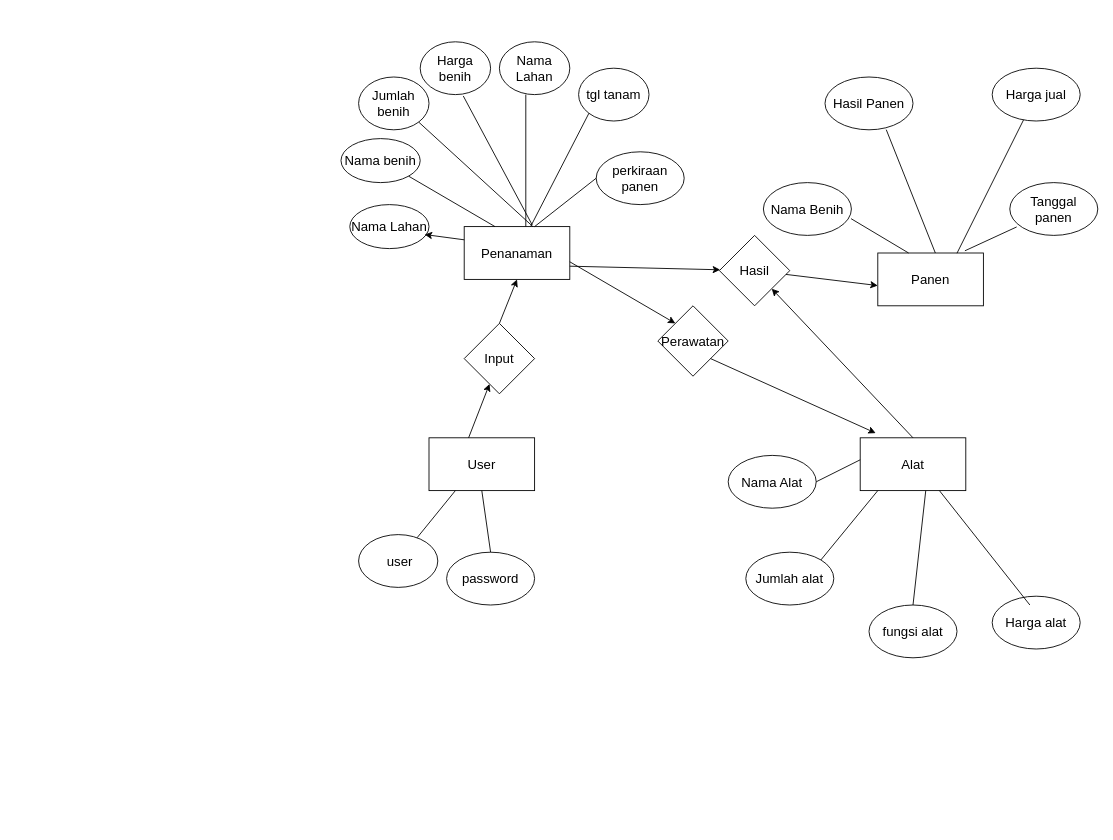
Earlier version of the draw.io diagram pertemuan 2/pertemuan 2.drawio (ramabhagadhara/IF214002). Source tidied: cells renumbered, new cells numbered last; positions are measured from the earlier drawing's top-left corner, leaving out a move shared by most shapes. Both pictures are drawn from the tidied source at 88%, with x=0, y=0 at pixel (341, 41).
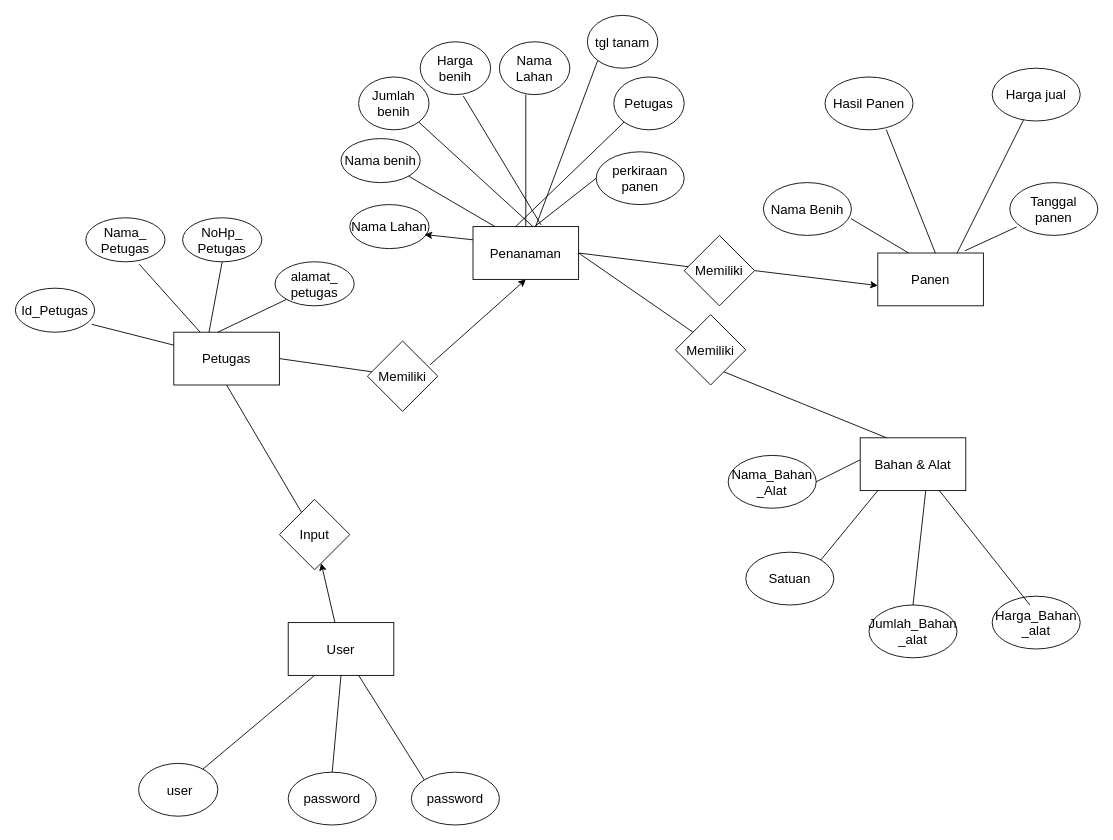
Above is the later version.

The change refers to these unchanged cells:
```xml
<mxCell id="4" value="Panen" style="rounded=0;whiteSpace=wrap;html=1;fontSize=15;" parent="1" vertex="1">
  <mxGeometry x="610" y="240" width="120" height="60" as="geometry" />
</mxCell>
```

What changed in the source:
```diff
@@
-    <mxCell id="2" value="Alat" style="rounded=0;whiteSpace=wrap;html=1;fontSize=15;" parent="1" vertex="1">
+    <mxCell id="2" value="Bahan &amp;amp; Alat" style="rounded=0;whiteSpace=wrap;html=1;fontSize=15;" parent="1" vertex="1">
       <mxGeometry x="590" y="450" width="120" height="60" as="geometry" />
     </mxCell>
     <mxCell id="3" value="Penanaman" style="rounded=0;whiteSpace=wrap;html=1;fontSize=15;" parent="1" vertex="1">
-      <mxGeometry x="140" y="210" width="120" height="60" as="geometry" />
+      <mxGeometry x="150" y="210" width="120" height="60" as="geometry" />
     </mxCell>
@@
     <mxCell id="5" value="tgl tanam" style="ellipse;whiteSpace=wrap;html=1;fontSize=15;" parent="1" vertex="1">
-      <mxGeometry x="270" y="30" width="80" height="60" as="geometry" />
+      <mxGeometry x="280" y="-30" width="80" height="60" as="geometry" />
     </mxCell>
@@
     <mxCell id="15" value="User" style="rounded=0;whiteSpace=wrap;html=1;fontSize=15;" parent="1" vertex="1">
-      <mxGeometry x="100" y="450" width="120" height="60" as="geometry" />
+      <mxGeometry x="-60" y="660" width="120" height="60" as="geometry" />
     </mxCell>
@@
-    <mxCell id="20" value="fungsi alat" style="ellipse;whiteSpace=wrap;html=1;fontSize=15;" parent="1" vertex="1">
+    <mxCell id="20" value="Jumlah_Bahan&lt;br&gt;_alat" style="ellipse;whiteSpace=wrap;html=1;fontSize=15;" parent="1" vertex="1">
       <mxGeometry x="600" y="640" width="100" height="60" as="geometry" />
     </mxCell>
-    <mxCell id="21" value="Nama Alat" style="ellipse;whiteSpace=wrap;html=1;fontSize=15;" parent="1" vertex="1">
+    <mxCell id="21" value="Nama_Bahan&lt;br&gt;_Alat" style="ellipse;whiteSpace=wrap;html=1;fontSize=15;" parent="1" vertex="1">
       <mxGeometry x="440" y="470" width="100" height="60" as="geometry" />
     </mxCell>
-    <mxCell id="22" value="Harga alat" style="ellipse;whiteSpace=wrap;html=1;fontSize=15;" parent="1" vertex="1">
+    <mxCell id="22" value="Harga_Bahan&lt;br&gt;_alat" style="ellipse;whiteSpace=wrap;html=1;fontSize=15;" parent="1" vertex="1">
       <mxGeometry x="740" y="630" width="100" height="60" as="geometry" />
     </mxCell>
-    <mxCell id="23" value="Jumlah alat" style="ellipse;whiteSpace=wrap;html=1;fontSize=15;" parent="1" vertex="1">
+    <mxCell id="23" value="Satuan" style="ellipse;whiteSpace=wrap;html=1;fontSize=15;" parent="1" vertex="1">
       <mxGeometry x="460" y="580" width="100" height="60" as="geometry" />
     </mxCell>
@@
     <mxCell id="32" value="&amp;nbsp;user" style="ellipse;whiteSpace=wrap;html=1;fontSize=15;" parent="1" vertex="1">
-      <mxGeometry x="20" y="560" width="90" height="60" as="geometry" />
+      <mxGeometry x="-230" y="820" width="90" height="60" as="geometry" />
     </mxCell>
     <mxCell id="33" value="password" style="ellipse;whiteSpace=wrap;html=1;fontSize=15;" parent="1" vertex="1">
-      <mxGeometry x="120" y="580" width="100" height="60" as="geometry" />
+      <mxGeometry x="-60" y="830" width="100" height="60" as="geometry" />
     </mxCell>
@@
-    <mxCell id="35" style="endArrow=none;html=1;rounded=0;fontSize=15;exitX=0.5;exitY=1;exitDx=0;exitDy=0;" parent="1" edge="1" source="15">
-      <mxGeometry relative="1" as="geometry">
-        <mxPoint x="170" y="580" as="targetPoint" />
-      </mxGeometry>
+    <mxCell id="35" style="endArrow=none;html=1;rounded=0;fontSize=15;exitX=0.5;exitY=1;exitDx=0;exitDy=0;entryX=0.5;entryY=0;entryDx=0;entryDy=0;" parent="1" edge="1" source="15" target="33">
+      <mxGeometry relative="1" as="geometry" />
     </mxCell>
-    <mxCell id="36" style="endArrow=classic;html=1;rounded=0;fontSize=15;" parent="1" edge="1" target="39">
-      <mxGeometry relative="1" as="geometry">
-        <mxPoint x="145" y="450" as="sourcePoint" />
-      </mxGeometry>
+    <mxCell id="36" style="endArrow=classic;html=1;rounded=0;fontSize=15;" parent="1" edge="1" source="15" target="39">
+      <mxGeometry relative="1" as="geometry" />
     </mxCell>
-    <mxCell id="37" style="endArrow=classic;html=1;rounded=0;fontSize=15;" parent="1" edge="1">
-      <mxGeometry relative="1" as="geometry">
-        <mxPoint x="260" y="250" as="sourcePoint" />
-        <mxPoint x="380" y="320" as="targetPoint" />
-      </mxGeometry>
-    </mxCell>
-    <mxCell id="38" style="endArrow=classic;html=1;rounded=0;fontSize=15;exitX=0.5;exitY=0;exitDx=0;exitDy=0;" parent="1" edge="1" source="2" target="43">
-      <mxGeometry relative="1" as="geometry" />
-    </mxCell>
-    <mxCell id="39" value="Input" style="rhombus;whiteSpace=wrap;html=1;fontSize=15;" parent="1" vertex="1">
-      <mxGeometry x="140" y="320" width="80" height="80" as="geometry" />
+    <mxCell id="39" value="Input" style="rhombus;whiteSpace=wrap;html=1;fontSize=15;direction=south;" parent="1" vertex="1">
+      <mxGeometry x="-70" y="520" width="80" height="80" as="geometry" />
     </mxCell>
-    <mxCell id="40" style="endArrow=classic;html=1;rounded=0;fontSize=15;entryX=0.5;entryY=1;entryDx=0;entryDy=0;exitX=0.5;exitY=0;exitDx=0;exitDy=0;" parent="1" edge="1" source="39" target="3">
+    <mxCell id="40" style="endArrow=classic;html=1;rounded=0;fontSize=15;entryX=0.5;entryY=1;entryDx=0;entryDy=0;exitX=0.336;exitY=0.108;exitDx=0;exitDy=0;exitPerimeter=0;" parent="1" edge="1" source="69" target="3">
       <mxGeometry relative="1" as="geometry" />
     </mxCell>
-    <mxCell id="41" value="Perawatan" style="rhombus;whiteSpace=wrap;html=1;fontSize=15;" parent="1" vertex="1">
-      <mxGeometry x="360" y="300" width="80" height="80" as="geometry" />
-    </mxCell>
-    <mxCell id="42" style="endArrow=classic;html=1;rounded=0;fontSize=15;entryX=0.147;entryY=-0.089;entryDx=0;entryDy=0;entryPerimeter=0;exitX=1;exitY=1;exitDx=0;exitDy=0;" parent="1" edge="1" source="41" target="2">
-      <mxGeometry relative="1" as="geometry" />
-    </mxCell>
-    <mxCell id="43" value="Hasil" style="rhombus;whiteSpace=wrap;html=1;fontSize=15;" parent="1" vertex="1">
-      <mxGeometry x="430" y="220" width="80" height="80" as="geometry" />
-    </mxCell>
-    <mxCell id="44" style="endArrow=classic;html=1;rounded=0;fontSize=15;entryX=0;entryY=0.617;entryDx=0;entryDy=0;entryPerimeter=0;" parent="1" edge="1" source="43" target="4">
+    <mxCell id="44" style="endArrow=classic;html=1;rounded=0;fontSize=15;entryX=0;entryY=0.617;entryDx=0;entryDy=0;entryPerimeter=0;exitX=1;exitY=0.5;exitDx=0;exitDy=0;" parent="1" edge="1" source="54" target="4">
       <mxGeometry relative="1" as="geometry" />
     </mxCell>
@@
-    <mxCell id="49" style="endArrow=classic;html=1;rounded=0;exitX=1;exitY=0.75;exitDx=0;exitDy=0;" parent="1" edge="1" source="3" target="43">
-      <mxGeometry relative="1" as="geometry" />
-    </mxCell>
+    <mxCell id="50" value="password" style="ellipse;whiteSpace=wrap;html=1;fontSize=15;" parent="1" vertex="1">
+      <mxGeometry x="80" y="830" width="100" height="60" as="geometry" />
+    </mxCell>
+    <mxCell id="51" style="endArrow=none;html=1;rounded=0;fontSize=15;exitX=0.667;exitY=0.998;exitDx=0;exitDy=0;entryX=0;entryY=0;entryDx=0;entryDy=0;exitPerimeter=0;" parent="1" edge="1" source="15" target="50">
+      <mxGeometry relative="1" as="geometry" />
+    </mxCell>
+    <mxCell id="52" value="&lt;font style=&quot;font-size: 15px&quot;&gt;Memiliki&lt;/font&gt;" style="rhombus;whiteSpace=wrap;html=1;" parent="1" vertex="1">
+      <mxGeometry x="380" y="310" width="80" height="80" as="geometry" />
+    </mxCell>
+    <mxCell id="53" style="endArrow=none;html=1;rounded=0;fontSize=15;entryX=1;entryY=0.5;entryDx=0;entryDy=0;exitX=0;exitY=0;exitDx=0;exitDy=0;" parent="1" edge="1" source="52" target="3">
+      <mxGeometry relative="1" as="geometry" />
+    </mxCell>
+    <mxCell id="54" value="&lt;font style=&quot;font-size: 15px&quot;&gt;Memiliki&lt;/font&gt;" style="rhombus;whiteSpace=wrap;html=1;" parent="1" vertex="1">
+      <mxGeometry x="390" y="220" width="80" height="80" as="geometry" />
+    </mxCell>
+    <mxCell id="55" value="Petugas" style="ellipse;whiteSpace=wrap;html=1;fontSize=15;" parent="1" vertex="1">
+      <mxGeometry x="310" y="40" width="80" height="60" as="geometry" />
+    </mxCell>
+    <mxCell id="56" style="endArrow=none;html=1;rounded=0;fontSize=15;entryX=0;entryY=1;entryDx=0;entryDy=0;exitX=0.405;exitY=-0.002;exitDx=0;exitDy=0;exitPerimeter=0;" parent="1" edge="1" source="3" target="55">
+      <mxGeometry relative="1" as="geometry" />
+    </mxCell>
+    <mxCell id="57" style="endArrow=none;html=1;rounded=0;fontSize=15;exitX=1;exitY=0.5;exitDx=0;exitDy=0;" parent="1" edge="1" source="3" target="54">
+      <mxGeometry relative="1" as="geometry" />
+    </mxCell>
+    <mxCell id="58" style="endArrow=none;html=1;rounded=0;fontSize=15;entryX=0.25;entryY=0;entryDx=0;entryDy=0;" parent="1" edge="1" target="2">
+      <mxGeometry relative="1" as="geometry">
+        <mxPoint x="435" y="375" as="sourcePoint" />
+      </mxGeometry>
+    </mxCell>
+    <mxCell id="59" value="Petugas" style="rounded=0;whiteSpace=wrap;html=1;fontSize=15;" parent="1" vertex="1">
+      <mxGeometry x="-190" y="330" width="120" height="60" as="geometry" />
+    </mxCell>
+    <mxCell id="60" style="endArrow=none;html=1;rounded=0;fontSize=15;entryX=0.5;entryY=1;entryDx=0;entryDy=0;" parent="1" edge="1" source="39" target="59">
+      <mxGeometry relative="1" as="geometry" />
+    </mxCell>
+    <mxCell id="61" value="NoHp_&lt;br&gt;Petugas" style="ellipse;whiteSpace=wrap;html=1;fontSize=15;" parent="1" vertex="1">
+      <mxGeometry x="-180" y="200" width="90" height="50" as="geometry" />
+    </mxCell>
+    <mxCell id="62" value="Nama_&lt;br&gt;Petugas" style="ellipse;whiteSpace=wrap;html=1;fontSize=15;" parent="1" vertex="1">
+      <mxGeometry x="-290" y="200" width="90" height="50" as="geometry" />
+    </mxCell>
+    <mxCell id="63" value="Id_Petugas" style="ellipse;whiteSpace=wrap;html=1;fontSize=15;" parent="1" vertex="1">
+      <mxGeometry x="-370" y="280" width="90" height="50" as="geometry" />
+    </mxCell>
+    <mxCell id="64" value="alamat_&lt;br&gt;petugas" style="ellipse;whiteSpace=wrap;html=1;fontSize=15;" parent="1" vertex="1">
+      <mxGeometry x="-75" y="250" width="90" height="50" as="geometry" />
+    </mxCell>
+    <mxCell id="65" style="endArrow=none;html=1;rounded=0;fontSize=15;entryX=0;entryY=1;entryDx=0;entryDy=0;" parent="1" edge="1" target="64">
+      <mxGeometry relative="1" as="geometry">
+        <mxPoint x="-140" y="330" as="sourcePoint" />
+      </mxGeometry>
+    </mxCell>
+    <mxCell id="66" style="endArrow=none;html=1;rounded=0;fontSize=15;entryX=0.5;entryY=1;entryDx=0;entryDy=0;" parent="1" edge="1" target="61">
+      <mxGeometry relative="1" as="geometry">
+        <mxPoint x="-150" y="330" as="sourcePoint" />
+      </mxGeometry>
+    </mxCell>
+    <mxCell id="67" style="endArrow=none;html=1;rounded=0;fontSize=15;entryX=0.675;entryY=1.055;entryDx=0;entryDy=0;entryPerimeter=0;exitX=0.25;exitY=0;exitDx=0;exitDy=0;" parent="1" edge="1" source="59" target="62">
+      <mxGeometry relative="1" as="geometry" />
+    </mxCell>
+    <mxCell id="68" style="endArrow=none;html=1;rounded=0;fontSize=15;exitX=0.963;exitY=0.82;exitDx=0;exitDy=0;exitPerimeter=0;" parent="1" edge="1" source="63" target="59">
+      <mxGeometry relative="1" as="geometry" />
+    </mxCell>
+    <mxCell id="69" value="Memiliki" style="rhombus;whiteSpace=wrap;html=1;fontSize=15;direction=south;" parent="1" vertex="1">
+      <mxGeometry x="30" y="340" width="80" height="80" as="geometry" />
+    </mxCell>
+    <mxCell id="70" style="endArrow=none;html=1;rounded=0;fontSize=15;exitX=1;exitY=0.5;exitDx=0;exitDy=0;" parent="1" edge="1" source="59" target="69">
+      <mxGeometry relative="1" as="geometry" />
+    </mxCell>
```
